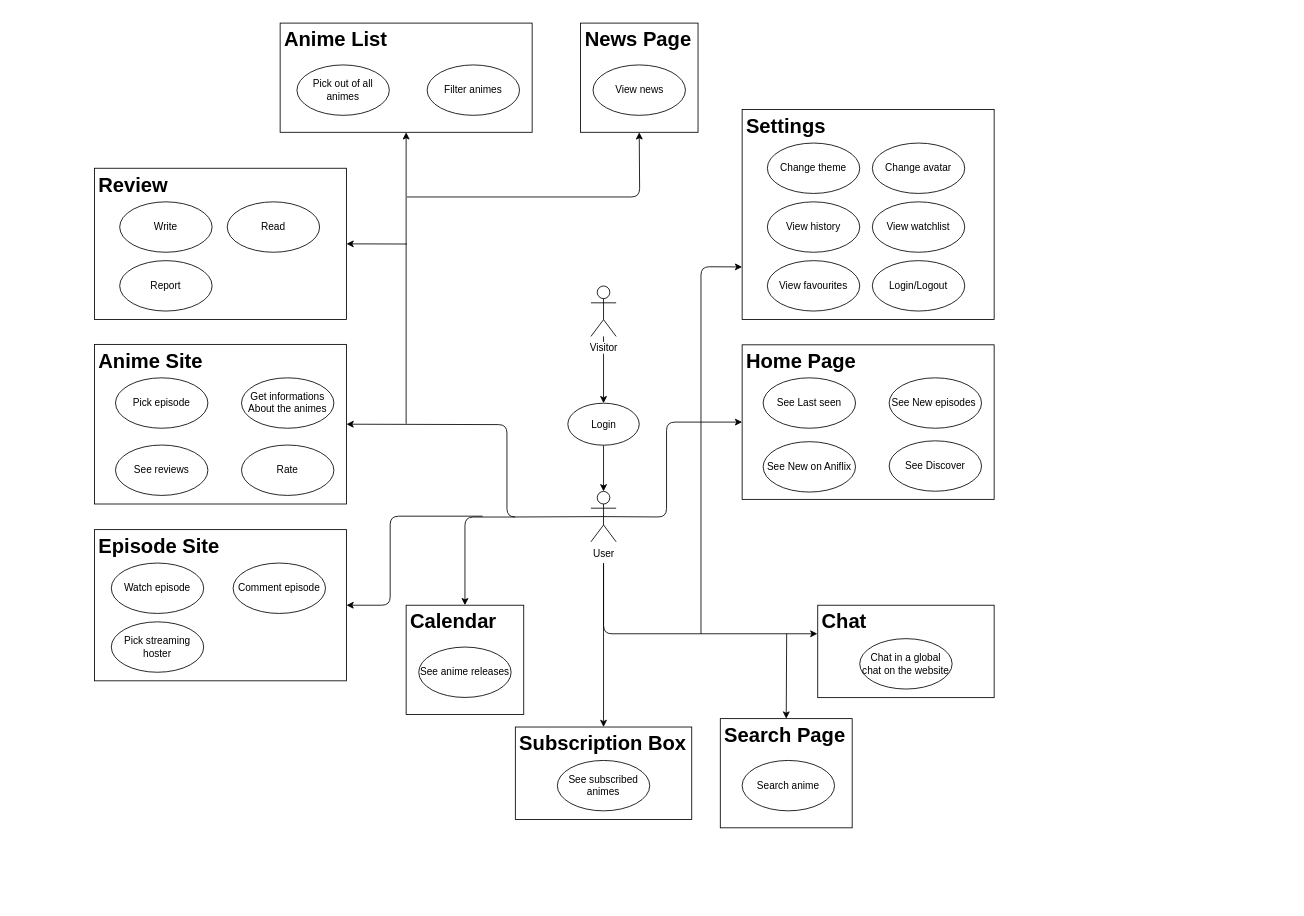
Above: docs/UCD_Main.drawio in jdk-21/Aniflix-App (draw.io), before the change. Source tidied: cells renumbered, new cells numbered last; positions are measured from the earlier drawing's top-left corner, leaving out a move shared by most shapes. Both pictures are drawn from the tidied source at 84%, with x=0, y=0 at pixel (94, 23).
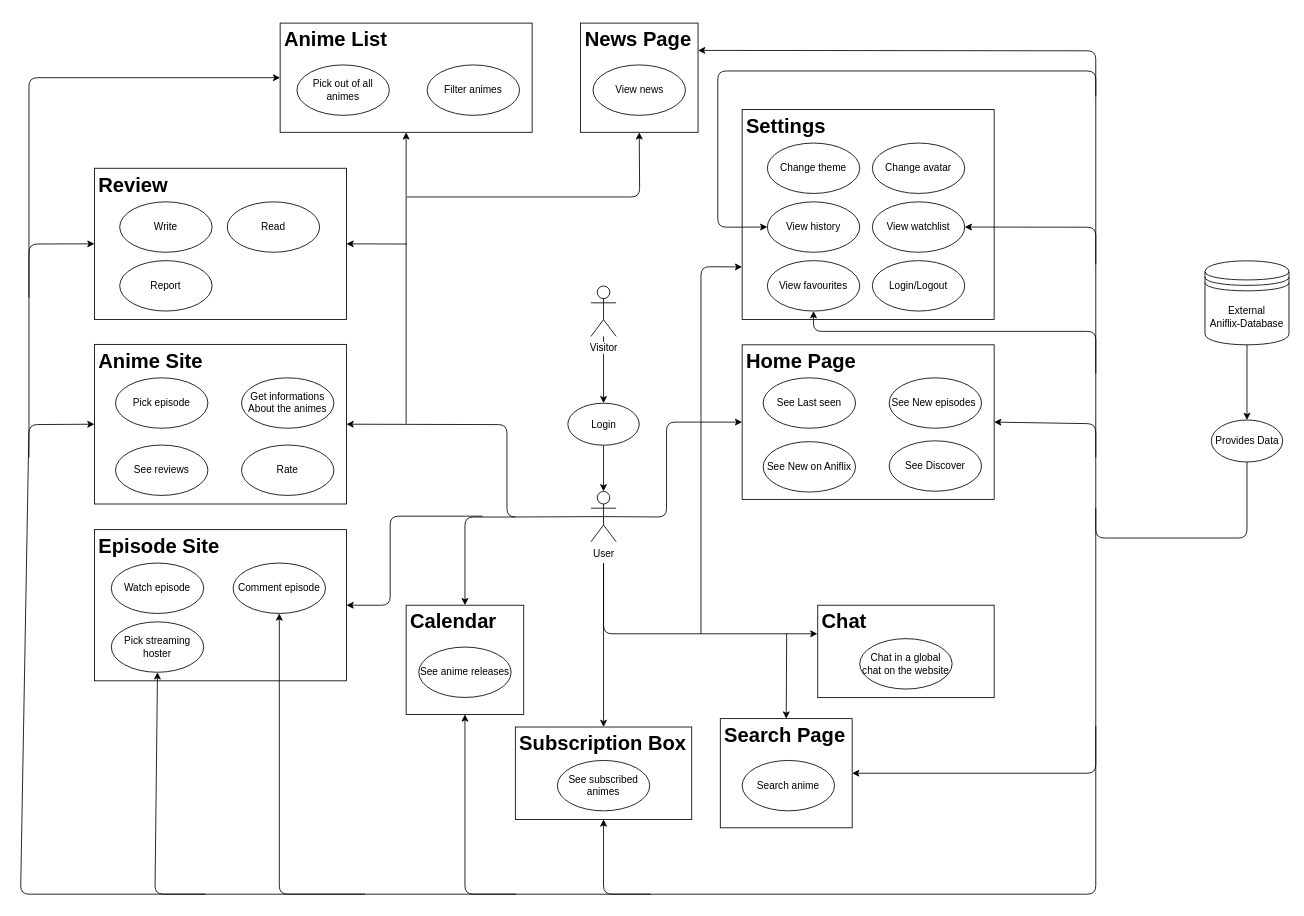
Above is the later version.

The change refers to these unchanged cells:
```xml
<mxCell id="10" value="View history" style="ellipse;whiteSpace=wrap;html=1;" parent="1" vertex="1">
  <mxGeometry x="801" y="212.8" width="110" height="60" as="geometry" />
</mxCell>
<mxCell id="11" value="View watchlist" style="ellipse;whiteSpace=wrap;html=1;" parent="1" vertex="1">
  <mxGeometry x="926" y="212.8" width="110" height="60" as="geometry" />
</mxCell>
<mxCell id="12" value="View favourites" style="ellipse;whiteSpace=wrap;html=1;" parent="1" vertex="1">
  <mxGeometry x="801" y="282.8" width="110" height="60" as="geometry" />
</mxCell>
<mxCell id="14" value="&lt;h1&gt;Home Page&lt;/h1&gt;" style="text;html=1;strokeColor=#000000;fillColor=none;spacing=5;spacingTop=-20;whiteSpace=wrap;overflow=hidden;rounded=0;" parent="1" vertex="1">
  <mxGeometry x="771" y="383" width="300" height="184" as="geometry" />
</mxCell>
<mxCell id="19" value="&lt;h1&gt;Anime Site&lt;/h1&gt;" style="text;html=1;strokeColor=#000000;fillColor=none;spacing=5;spacingTop=-20;whiteSpace=wrap;overflow=hidden;rounded=0;" parent="1" vertex="1">
  <mxGeometry y="382.5" width="300" height="190" as="geometry" />
</mxCell>
<mxCell id="23" value="&lt;h1&gt;Review&lt;/h1&gt;" style="text;html=1;strokeColor=#000000;fillColor=none;spacing=5;spacingTop=-20;whiteSpace=wrap;overflow=hidden;rounded=0;" parent="1" vertex="1">
  <mxGeometry y="172.8" width="300" height="180" as="geometry" />
</mxCell>
<mxCell id="27" value="&lt;h1&gt;Anime List&lt;/h1&gt;" style="text;html=1;strokeColor=#000000;fillColor=none;spacing=5;spacingTop=-20;whiteSpace=wrap;overflow=hidden;rounded=0;" parent="1" vertex="1">
  <mxGeometry x="221" width="300" height="130" as="geometry" />
</mxCell>
<mxCell id="30" value="&lt;h1&gt;Calendar&lt;/h1&gt;" style="text;html=1;strokeColor=#000000;fillColor=none;spacing=5;spacingTop=-20;whiteSpace=wrap;overflow=hidden;rounded=0;" parent="1" vertex="1">
  <mxGeometry x="371" y="693" width="140" height="130" as="geometry" />
</mxCell>
<mxCell id="34" value="Comment episode" style="ellipse;whiteSpace=wrap;html=1;strokeColor=#000000;" parent="1" vertex="1">
  <mxGeometry x="165" y="642.8" width="110" height="60" as="geometry" />
</mxCell>
<mxCell id="35" value="Pick streaming hoster" style="ellipse;whiteSpace=wrap;html=1;strokeColor=#000000;" parent="1" vertex="1">
  <mxGeometry x="20" y="712.8" width="110" height="60" as="geometry" />
</mxCell>
<mxCell id="36" value="&lt;h1&gt;Subscription Box&lt;/h1&gt;" style="text;html=1;strokeColor=#000000;fillColor=none;spacing=5;spacingTop=-20;whiteSpace=wrap;overflow=hidden;rounded=0;" parent="1" vertex="1">
  <mxGeometry x="501" y="838" width="210" height="110" as="geometry" />
</mxCell>
<mxCell id="49" value="&lt;h1&gt;News Page&lt;/h1&gt;" style="text;html=1;strokeColor=#000000;fillColor=none;spacing=5;spacingTop=-20;whiteSpace=wrap;overflow=hidden;rounded=0;" parent="1" vertex="1">
  <mxGeometry x="578.5" width="140" height="130" as="geometry" />
</mxCell>
<mxCell id="53" value="&lt;h1&gt;Search Page&lt;/h1&gt;" style="text;html=1;strokeColor=#000000;fillColor=none;spacing=5;spacingTop=-20;whiteSpace=wrap;overflow=hidden;rounded=0;" parent="1" vertex="1">
  <mxGeometry x="745" y="828" width="157" height="130" as="geometry" />
</mxCell>
```

Diff of the diagram source:
```diff
@@
+    <mxCell id="56" value="External&lt;br&gt;Aniflix-Database" style="shape=datastore;whiteSpace=wrap;html=1;" parent="1" vertex="1">
+      <mxGeometry x="1322" y="283" width="100" height="100" as="geometry" />
+    </mxCell>
+    <mxCell id="57" style="endArrow=classic;html=1;entryX=1;entryY=0.5;entryDx=0;entryDy=0;exitX=0.5;exitY=1;exitDx=0;exitDy=0;" parent="1" edge="1" source="70" target="14">
+      <mxGeometry relative="1" as="geometry">
+        <Array as="points">
+          <mxPoint x="1372" y="613" />
+          <mxPoint x="1192" y="613" />
+          <mxPoint x="1192" y="477" />
+        </Array>
+      </mxGeometry>
+    </mxCell>
+    <mxCell id="58" style="endArrow=classic;html=1;entryX=0.5;entryY=1;entryDx=0;entryDy=0;" parent="1" edge="1" target="12">
+      <mxGeometry relative="1" as="geometry">
+        <mxPoint x="1192" y="517" as="sourcePoint" />
+        <Array as="points">
+          <mxPoint x="1192" y="367" />
+          <mxPoint x="856" y="367" />
+        </Array>
+      </mxGeometry>
+    </mxCell>
+    <mxCell id="59" style="endArrow=classic;html=1;entryX=1;entryY=0.5;entryDx=0;entryDy=0;" parent="1" edge="1" target="11">
+      <mxGeometry relative="1" as="geometry">
+        <mxPoint x="1192" y="417" as="sourcePoint" />
+        <Array as="points">
+          <mxPoint x="1192" y="243" />
+        </Array>
+      </mxGeometry>
+    </mxCell>
+    <mxCell id="60" style="endArrow=classic;html=1;entryX=0;entryY=0.5;entryDx=0;entryDy=0;" parent="1" edge="1" target="10">
+      <mxGeometry relative="1" as="geometry">
+        <mxPoint x="1192" y="287" as="sourcePoint" />
+        <Array as="points">
+          <mxPoint x="1192" y="57" />
+          <mxPoint x="742" y="57" />
+          <mxPoint x="742" y="243" />
+        </Array>
+      </mxGeometry>
+    </mxCell>
+    <mxCell id="61" style="endArrow=classic;html=1;entryX=1;entryY=0.5;entryDx=0;entryDy=0;" parent="1" edge="1" target="53">
+      <mxGeometry relative="1" as="geometry">
+        <mxPoint x="1192" y="577" as="sourcePoint" />
+        <Array as="points">
+          <mxPoint x="1192" y="893" />
+        </Array>
+      </mxGeometry>
+    </mxCell>
+    <mxCell id="62" style="endArrow=classic;html=1;entryX=0.5;entryY=1;entryDx=0;entryDy=0;" parent="1" edge="1" target="36">
+      <mxGeometry relative="1" as="geometry">
+        <mxPoint x="1192" y="837" as="sourcePoint" />
+        <Array as="points">
+          <mxPoint x="1192" y="1037" />
+          <mxPoint x="606" y="1037" />
+        </Array>
+      </mxGeometry>
+    </mxCell>
+    <mxCell id="63" style="endArrow=classic;html=1;entryX=0.5;entryY=1;entryDx=0;entryDy=0;" parent="1" edge="1" target="30">
+      <mxGeometry relative="1" as="geometry">
+        <mxPoint x="662" y="1037" as="sourcePoint" />
+        <Array as="points">
+          <mxPoint x="441" y="1037" />
+        </Array>
+      </mxGeometry>
+    </mxCell>
+    <mxCell id="64" style="endArrow=classic;html=1;entryX=0.5;entryY=1;entryDx=0;entryDy=0;" parent="1" edge="1" target="35">
+      <mxGeometry relative="1" as="geometry">
+        <mxPoint x="502" y="1037" as="sourcePoint" />
+        <Array as="points">
+          <mxPoint x="72" y="1037" />
+        </Array>
+      </mxGeometry>
+    </mxCell>
+    <mxCell id="65" style="endArrow=classic;html=1;entryX=0.5;entryY=1;entryDx=0;entryDy=0;" parent="1" edge="1" target="34">
+      <mxGeometry relative="1" as="geometry">
+        <mxPoint x="322" y="1037" as="sourcePoint" />
+        <Array as="points">
+          <mxPoint x="220" y="1037" />
+        </Array>
+      </mxGeometry>
+    </mxCell>
+    <mxCell id="66" style="endArrow=classic;html=1;entryX=0;entryY=0.5;entryDx=0;entryDy=0;" parent="1" edge="1" target="19">
+      <mxGeometry relative="1" as="geometry">
+        <mxPoint x="132" y="1037" as="sourcePoint" />
+        <Array as="points">
+          <mxPoint x="-88" y="1037" />
+          <mxPoint x="-78" y="478" />
+        </Array>
+      </mxGeometry>
+    </mxCell>
+    <mxCell id="67" style="endArrow=classic;html=1;entryX=0;entryY=0.5;entryDx=0;entryDy=0;" parent="1" edge="1" target="23">
+      <mxGeometry relative="1" as="geometry">
+        <mxPoint x="-78" y="517" as="sourcePoint" />
+        <Array as="points">
+          <mxPoint x="-78" y="263" />
+        </Array>
+      </mxGeometry>
+    </mxCell>
+    <mxCell id="68" style="endArrow=classic;html=1;entryX=1;entryY=0.25;entryDx=0;entryDy=0;" parent="1" edge="1" target="49">
+      <mxGeometry relative="1" as="geometry">
+        <mxPoint x="1192" y="87" as="sourcePoint" />
+        <Array as="points">
+          <mxPoint x="1192" y="33" />
+        </Array>
+      </mxGeometry>
+    </mxCell>
+    <mxCell id="69" style="endArrow=classic;html=1;entryX=0;entryY=0.5;entryDx=0;entryDy=0;" parent="1" edge="1" target="27">
+      <mxGeometry relative="1" as="geometry">
+        <mxPoint x="-78" y="327" as="sourcePoint" />
+        <Array as="points">
+          <mxPoint x="-78" y="65" />
+        </Array>
+      </mxGeometry>
+    </mxCell>
+    <mxCell id="70" value="Provides Data" style="ellipse;whiteSpace=wrap;html=1;" parent="1" vertex="1">
+      <mxGeometry x="1329.5" y="472.5" width="85" height="50" as="geometry" />
+    </mxCell>
+    <mxCell id="71" style="endArrow=classic;html=1;exitX=0.5;exitY=1;exitDx=0;exitDy=0;entryX=0.5;entryY=0;entryDx=0;entryDy=0;" parent="1" edge="1" source="56" target="70">
+      <mxGeometry relative="1" as="geometry" />
+    </mxCell>
```
